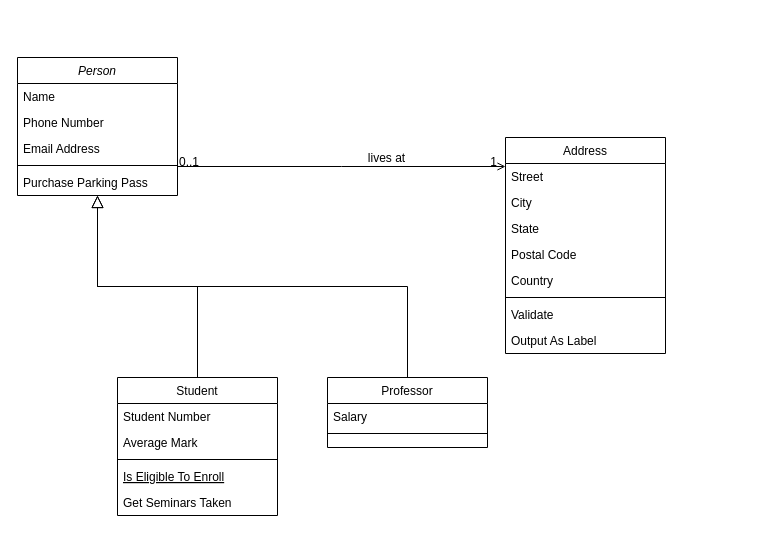
Above: Diagrama sin título.drawio in Jdavxd/fpoePatrones (draw.io), before the change. Source tidied: cells renumbered, new cells numbered last; positions are measured from the earlier drawing's top-left corner, leaving out a move shared by most shapes. Both pictures are drawn from the tidied source at 100%, with x=0, y=0 at pixel (17, 57).
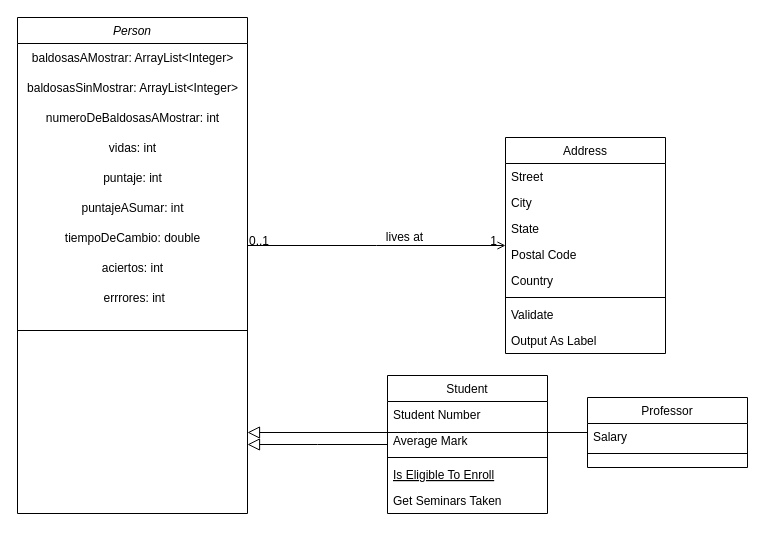
The same page after the edit.

What changed in the source:
```diff
@@
     <mxCell id="2" value="Person" style="swimlane;fontStyle=2;align=center;verticalAlign=top;horizontal=1;startSize=26;rounded=0;shadow=0;strokeWidth=1;" parent="1" vertex="1">
-      <mxGeometry width="160" height="138" as="geometry" />
+      <mxGeometry y="-40" width="230" height="496" as="geometry" />
     </mxCell>
-    <mxCell id="3" value="Name" style="text;align=left;verticalAlign=top;spacingLeft=4;spacingRight=4;overflow=hidden;" parent="2" vertex="1">
-      <mxGeometry y="26" width="160" height="26" as="geometry" />
-    </mxCell>
-    <mxCell id="4" value="Phone Number" style="text;align=left;verticalAlign=top;spacingLeft=4;spacingRight=4;overflow=hidden;rounded=0;shadow=0;html=0;" parent="2" vertex="1">
-      <mxGeometry y="52" width="160" height="26" as="geometry" />
-    </mxCell>
-    <mxCell id="5" value="Email Address" style="text;align=left;verticalAlign=top;spacingLeft=4;spacingRight=4;overflow=hidden;rounded=0;shadow=0;html=0;" parent="2" vertex="1">
-      <mxGeometry y="78" width="160" height="26" as="geometry" />
-    </mxCell>
+    <mxCell id="32" value="baldosasAMostrar: ArrayList&amp;lt;Integer&amp;gt;" style="text;html=1;align=center;verticalAlign=middle;strokeColor=none;fillColor=none;" parent="2" vertex="1">
+      <mxGeometry y="26" width="230" height="30" as="geometry" />
+    </mxCell>
+    <mxCell id="33" value="baldosasSinMostrar: ArrayList&amp;lt;Integer&amp;gt;" style="text;html=1;align=center;verticalAlign=middle;strokeColor=none;fillColor=none;" parent="2" vertex="1">
+      <mxGeometry y="56" width="230" height="30" as="geometry" />
+    </mxCell>
+    <mxCell id="34" value="numeroDeBaldosasAMostrar: int" style="text;html=1;align=center;verticalAlign=middle;strokeColor=none;fillColor=none;" parent="2" vertex="1">
+      <mxGeometry y="86" width="230" height="30" as="geometry" />
+    </mxCell>
+    <mxCell id="35" value="vidas: int" style="text;html=1;align=center;verticalAlign=middle;strokeColor=none;fillColor=none;" parent="2" vertex="1">
+      <mxGeometry y="116" width="230" height="30" as="geometry" />
+    </mxCell>
+    <mxCell id="36" value="puntaje: int" style="text;html=1;align=center;verticalAlign=middle;strokeColor=none;fillColor=none;" parent="2" vertex="1">
+      <mxGeometry y="146" width="230" height="30" as="geometry" />
+    </mxCell>
+    <mxCell id="37" value="puntajeASumar: int" style="text;html=1;align=center;verticalAlign=middle;strokeColor=none;fillColor=none;" parent="2" vertex="1">
+      <mxGeometry y="176" width="230" height="30" as="geometry" />
+    </mxCell>
+    <mxCell id="38" value="tiempoDeCambio: double" style="text;html=1;align=center;verticalAlign=middle;strokeColor=none;fillColor=none;" parent="2" vertex="1">
+      <mxGeometry y="206" width="230" height="30" as="geometry" />
+    </mxCell>
+    <mxCell id="39" value="aciertos: int" style="text;html=1;align=center;verticalAlign=middle;strokeColor=none;fillColor=none;" parent="2" vertex="1">
+      <mxGeometry y="236" width="230" height="30" as="geometry" />
+    </mxCell>
+    <mxCell id="40" value="&amp;nbsp;errrores: int" style="text;html=1;align=center;verticalAlign=middle;strokeColor=none;fillColor=none;" parent="2" vertex="1">
+      <mxGeometry y="266" width="230" height="30" as="geometry" />
+    </mxCell>
     <mxCell id="6" style="line;html=1;strokeWidth=1;align=left;verticalAlign=middle;spacingTop=-1;spacingLeft=3;spacingRight=3;labelPosition=right;" parent="2" vertex="1">
-      <mxGeometry y="104" width="160" height="8" as="geometry" />
+      <mxGeometry y="296" width="230" height="34" as="geometry" />
     </mxCell>
-    <mxCell id="7" value="Purchase Parking Pass" style="text;align=left;verticalAlign=top;spacingLeft=4;spacingRight=4;overflow=hidden;" parent="2" vertex="1">
-      <mxGeometry y="112" width="160" height="26" as="geometry" />
-    </mxCell>
     <mxCell id="8" value="Student" style="swimlane;fontStyle=0;align=center;verticalAlign=top;horizontal=1;startSize=26;rounded=0;shadow=0;strokeWidth=1;" parent="1" vertex="1">
-      <mxGeometry x="100" y="320" width="160" height="138" as="geometry" />
+      <mxGeometry x="370" y="318" width="160" height="138" as="geometry" />
     </mxCell>
@@
     <mxCell id="15" value="Professor" style="swimlane;fontStyle=0;align=center;verticalAlign=top;horizontal=1;startSize=26;rounded=0;shadow=0;strokeWidth=1;" parent="1" vertex="1">
-      <mxGeometry x="310" y="320" width="160" height="70" as="geometry" />
+      <mxGeometry x="570" y="340" width="160" height="70" as="geometry" />
     </mxCell>
```
